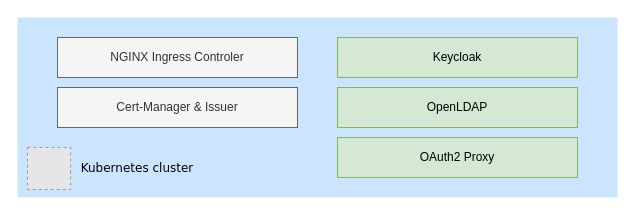
Above: docs/images/lab.drawio in tperelle/keycloak-federation (draw.io), before the change. Source tidied: cells renumbered, new cells numbered last; positions are measured from the earlier drawing's top-left corner, leaving out a move shared by most shapes. Both pictures are drawn from the tidied source at 100%, with x=0, y=0 at pixel (17, 17). Pictures stored in the file or linked from it are replaced by grey dashed boxes.
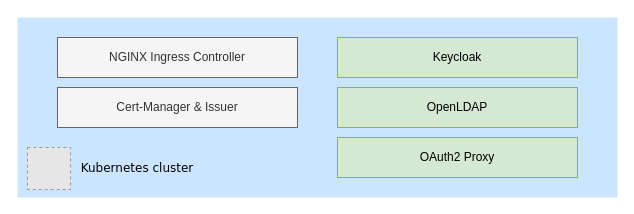
After the change.

Change to the diagram source:
```diff
@@
 <mxGraphModel>
   <root>
     <mxCell id="0" />
     <mxCell id="1" parent="0" />
     <mxCell id="2" style="rounded=0;whiteSpace=wrap;html=1;strokeColor=none;fillColor=#CCE5FF;" parent="1" vertex="1">
       <mxGeometry width="600" height="180" as="geometry" />
     </mxCell>
     <mxCell id="3" style="fillColor=#E6E6E6;strokeColor=#999999;dashed=1;verticalLabelPosition=bottom;labelBackgroundColor=#ffffff;verticalAlign=top;" parent="1" vertex="1">
       <mxGeometry x="10" y="130" width="43.1" height="42" as="geometry" />
     </mxCell>
-    <mxCell id="4" value="NGINX Ingress Controler" style="rounded=0;whiteSpace=wrap;html=1;fillColor=#f5f5f5;strokeColor=#666666;fontColor=#333333;" parent="1" vertex="1">
+    <mxCell id="4" value="NGINX Ingress Controller" style="rounded=0;whiteSpace=wrap;html=1;fillColor=#f5f5f5;strokeColor=#666666;fontColor=#333333;" parent="1" vertex="1">
       <mxGeometry x="40" y="20" width="240" height="40" as="geometry" />
     </mxCell>
     <mxCell id="5" value="Cert-Manager &amp;amp; Issuer" style="rounded=0;whiteSpace=wrap;html=1;fillColor=#f5f5f5;fontColor=#333333;strokeColor=#666666;" parent="1" vertex="1">
       <mxGeometry x="40" y="70" width="240" height="40" as="geometry" />
     </mxCell>
     <mxCell id="6" value="Kubernetes cluster" style="text;html=1;strokeColor=none;fillColor=none;align=center;verticalAlign=middle;whiteSpace=wrap;rounded=0;fontFamily=Verdana;" parent="1" vertex="1">
       <mxGeometry x="60" y="136" width="120" height="30" as="geometry" />
     </mxCell>
     <mxCell id="7" value="Keycloak" style="rounded=0;whiteSpace=wrap;html=1;fillColor=#d5e8d4;strokeColor=#82b366;" parent="1" vertex="1">
       <mxGeometry x="320" y="20" width="240" height="40" as="geometry" />
     </mxCell>
     <mxCell id="8" value="OpenLDAP" style="rounded=0;whiteSpace=wrap;html=1;fillColor=#d5e8d4;strokeColor=#82b366;" parent="1" vertex="1">
       <mxGeometry x="320" y="70" width="240" height="40" as="geometry" />
     </mxCell>
     <mxCell id="9" value="OAuth2 Proxy" style="rounded=0;whiteSpace=wrap;html=1;fillColor=#d5e8d4;strokeColor=#82b366;" parent="1" vertex="1">
       <mxGeometry x="320" y="120" width="240" height="40" as="geometry" />
     </mxCell>
   </root>
 </mxGraphModel>
```
